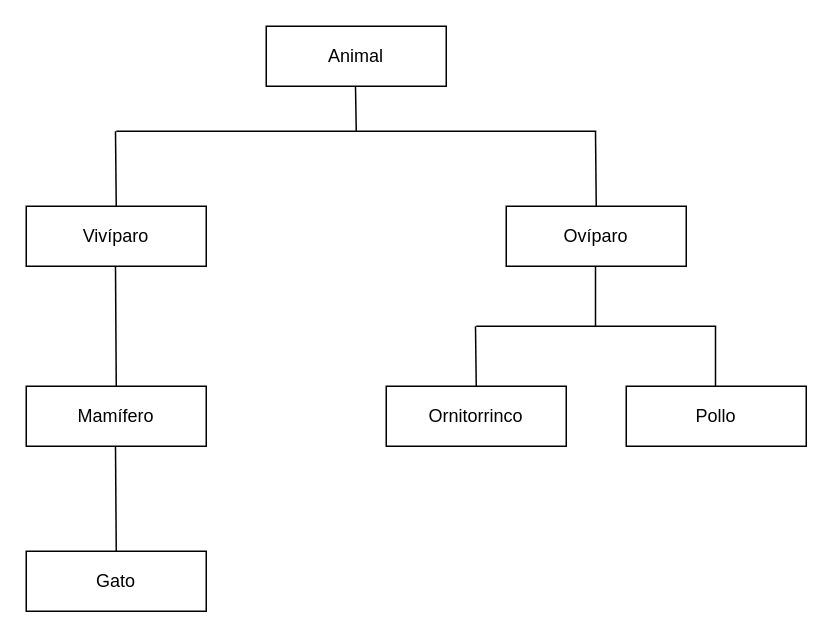
Earlier version of the draw.io diagram ejer2.drawio (anagarciasaiz/examen_24marzo). Source tidied: cells renumbered, new cells numbered last; positions are measured from the earlier drawing's top-left corner, leaving out a move shared by most shapes. Both pictures are drawn from the tidied source at 150%, with x=0, y=0 at pixel (26, 26).
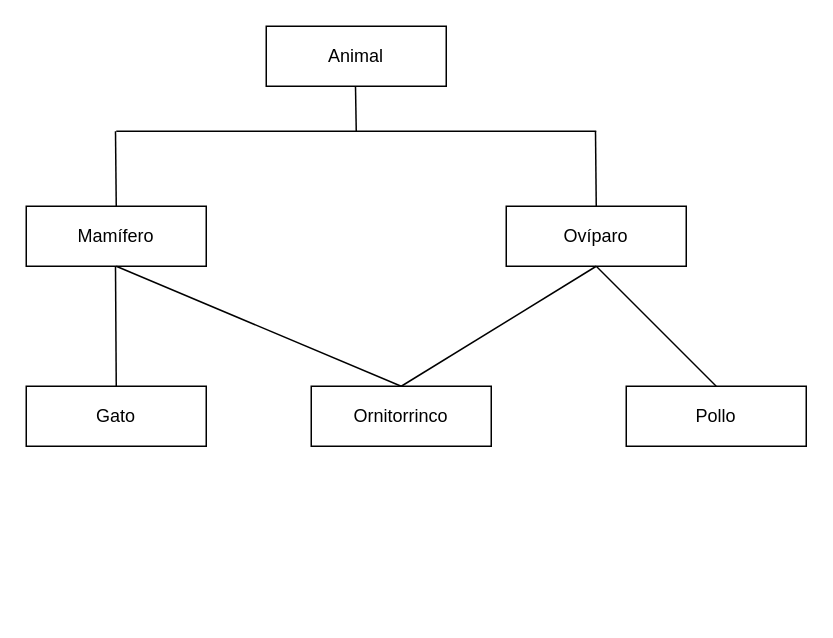
The same page after the edit.

The change refers to these unchanged cells:
```xml
<mxCell id="7" value="Pollo" style="rounded=0;whiteSpace=wrap;html=1;" parent="1" vertex="1">
  <mxGeometry x="400" y="240" width="120" height="40" as="geometry" />
</mxCell>
```

The edit, as a diff of the source:
```diff
@@
-    <mxCell id="3" value="Vivíparo" style="rounded=0;whiteSpace=wrap;html=1;" parent="1" vertex="1">
+    <mxCell id="3" value="Mamífero" style="rounded=0;whiteSpace=wrap;html=1;" parent="1" vertex="1">
       <mxGeometry y="120" width="120" height="40" as="geometry" />
     </mxCell>
@@
-    <mxCell id="5" value="Mamífero" style="rounded=0;whiteSpace=wrap;html=1;" parent="1" vertex="1">
+    <mxCell id="5" value="Gato" style="rounded=0;whiteSpace=wrap;html=1;" parent="1" vertex="1">
       <mxGeometry y="240" width="120" height="40" as="geometry" />
     </mxCell>
     <mxCell id="6" value="Ornitorrinco" style="rounded=0;whiteSpace=wrap;html=1;" parent="1" vertex="1">
-      <mxGeometry x="240" y="240" width="120" height="40" as="geometry" />
+      <mxGeometry x="190" y="240" width="120" height="40" as="geometry" />
     </mxCell>
@@
-    <mxCell id="13" style="endArrow=none;html=1;" parent="1" edge="1">
-      <mxGeometry relative="1" as="geometry">
-        <mxPoint x="379.5" y="200" as="sourcePoint" />
-        <mxPoint x="379.5" y="160" as="targetPoint" />
-      </mxGeometry>
-    </mxCell>
-    <mxCell id="14" style="endArrow=none;html=1;" parent="1" edge="1">
-      <mxGeometry relative="1" as="geometry">
-        <mxPoint x="300" y="200" as="sourcePoint" />
-        <mxPoint x="460" y="200" as="targetPoint" />
-      </mxGeometry>
-    </mxCell>
-    <mxCell id="15" style="endArrow=none;html=1;exitX=0.5;exitY=0;exitDx=0;exitDy=0;" parent="1" edge="1" source="6">
-      <mxGeometry relative="1" as="geometry">
-        <mxPoint x="299.5" y="200" as="targetPoint" />
-      </mxGeometry>
-    </mxCell>
-    <mxCell id="16" style="endArrow=none;html=1;" parent="1" edge="1">
-      <mxGeometry relative="1" as="geometry">
-        <mxPoint x="459.5" y="240" as="sourcePoint" />
-        <mxPoint x="459.5" y="200" as="targetPoint" />
-      </mxGeometry>
-    </mxCell>
-    <mxCell id="17" style="endArrow=none;html=1;exitX=0.5;exitY=0;exitDx=0;exitDy=0;" parent="1" edge="1" source="18">
-      <mxGeometry relative="1" as="geometry">
-        <mxPoint x="59.5" y="280" as="targetPoint" />
-      </mxGeometry>
-    </mxCell>
-    <mxCell id="18" value="Gato" style="rounded=0;whiteSpace=wrap;html=1;" parent="1" vertex="1">
-      <mxGeometry y="350" width="120" height="40" as="geometry" />
-    </mxCell>
+    <mxCell id="19" style="endArrow=none;html=1;exitX=0.5;exitY=0;exitDx=0;exitDy=0;" parent="1" edge="1" source="6">
+      <mxGeometry relative="1" as="geometry">
+        <mxPoint x="380" y="160" as="targetPoint" />
+      </mxGeometry>
+    </mxCell>
+    <mxCell id="20" style="endArrow=none;html=1;exitX=0.5;exitY=0;exitDx=0;exitDy=0;" parent="1" edge="1" source="7">
+      <mxGeometry relative="1" as="geometry">
+        <mxPoint x="380" y="160" as="targetPoint" />
+      </mxGeometry>
+    </mxCell>
+    <mxCell id="21" style="endArrow=none;html=1;" parent="1" edge="1">
+      <mxGeometry relative="1" as="geometry">
+        <mxPoint x="60" y="160" as="sourcePoint" />
+        <mxPoint x="250" y="240" as="targetPoint" />
+      </mxGeometry>
+    </mxCell>
```
